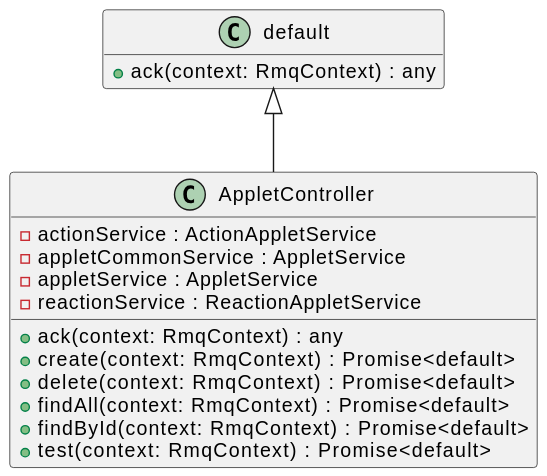
Above: assets/AppletController-umlClassDiagram-17.svg in Nathandelenclos/Area (PlantUML), before the change.
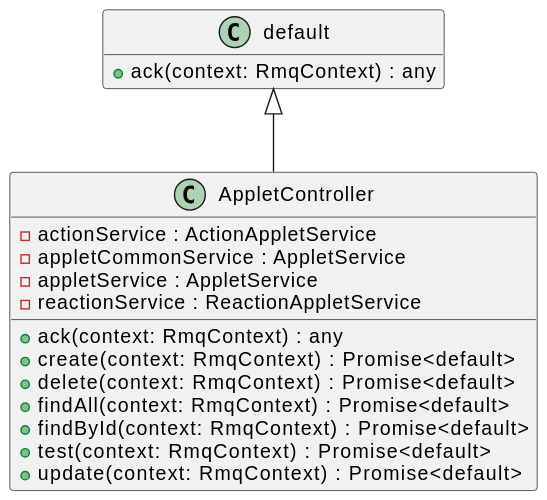
After the change.

Diff of the diagram source:
```diff
@@ -13,6 +13,7 @@
     +findAll(context: RmqContext) : Promise<default>
     +findById(context: RmqContext) : Promise<default>
     +test(context: RmqContext) : Promise<default>
+    +update(context: RmqContext) : Promise<default>
 }
 class "default" {
     +ack(context: RmqContext) : any
```
